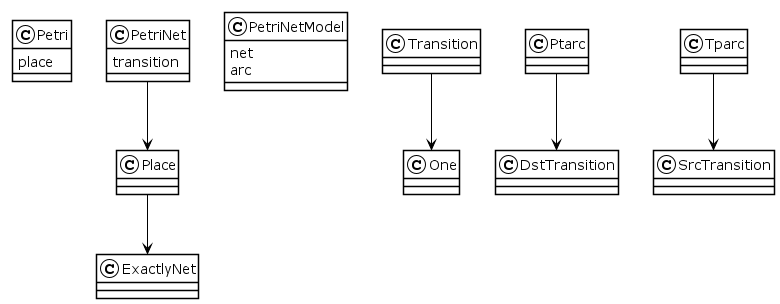
Above: out.png in songyang-dev/uml-translation-3step (PlantUML), before the change.
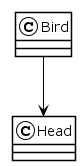
Above is the later version.

What changed in the source:
```diff
@@ -1,51 +1,10 @@
 @startuml
 !theme plain
-class Petri
-{
-place
-}
-class Place
+class Bird
 {
 }
-Place --> ExactlyNet
-class ExactlyNet
-{
-}
-class PetriNet
-{
-}
-PetriNet --> Place
-class PetriNet
-{
-transition
-}
-class PetriNetModel
-{
-net
-}
-class PetriNetModel
-{
-arc
-}
-class Transition
-{
-}
-Transition --> One
-class One
-{
-}
-class Ptarc
-{
-}
-Ptarc --> DstTransition
-class DstTransition
-{
-}
-class Tparc
-{
-}
-Tparc --> SrcTransition
-class SrcTransition
+Bird --> Head
+class Head
 {
 }
 @enduml
```
